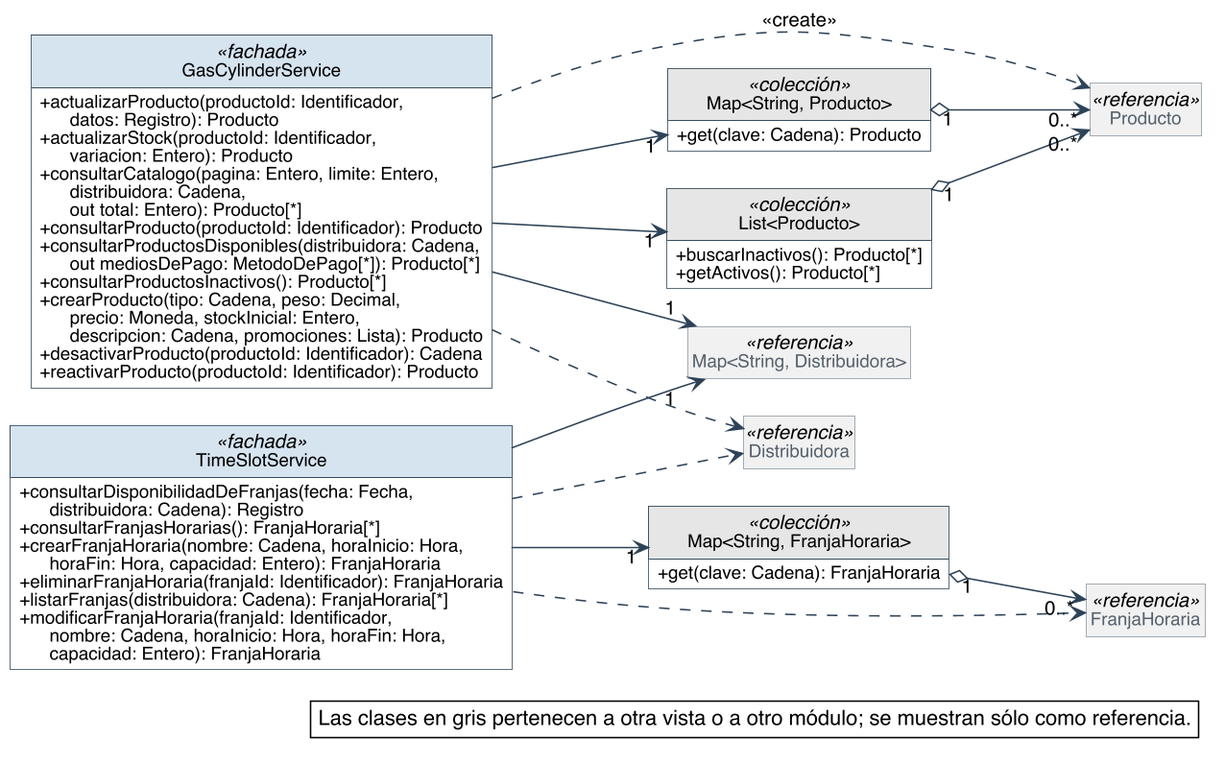
Above: diagramas/clases-diseno/DC_Mod_Productos-y-franjas.png in Nahuelito-Dev/splg-docs (PlantUML), before the change. Its diagram source:
```plantuml
@startuml
skinparam backgroundColor #FFFFFF
skinparam shadowing false
skinparam defaultFontName Helvetica
skinparam defaultFontSize 13
skinparam dpi 150
skinparam nodesep 40
skinparam ranksep 55
skinparam classAttributeIconSize 0
skinparam roundCorner 0
skinparam genericDisplay old
skinparam class {
  BorderColor #2C4257
  BackgroundColor #FFFFFF
  ArrowColor #2C4257
  FontSize 14
  AttributeFontSize 12
  HeaderBackgroundColor #E8EEF3
}
skinparam class<<referencia>> {
  BackgroundColor #F1F1F1
  BorderColor #8A97A3
  FontColor #55616C
}
skinparam class<<fachada>> {
  HeaderBackgroundColor #D6E4F0
}
skinparam class<<controlador>> {
  HeaderBackgroundColor #D6E4F0
}
skinparam class<<fabricación pura>> {
  HeaderBackgroundColor #F3E9CF
}
skinparam class<<colección>> {
  HeaderBackgroundColor #E6E6E6
}
skinparam class<<adaptador>> {
  HeaderBackgroundColor #DCEBDD
}
skinparam interface {
  BorderColor #2C4257
  BackgroundColor #FFFFFF
  HeaderBackgroundColor #DCEBDD
  FontSize 14
  AttributeFontSize 12
}
skinparam note {
  BackgroundColor #FFFFFF
  BorderColor #2C4257
}
skinparam packageStyle rectangle
skinparam package {
  BorderColor #8A97A3
  FontSize 13
  FontColor #55616C
}
hide circle
hide empty members

left to right direction
skinparam nodesep 25
skinparam ranksep 90
class GasCylinderService <<fachada>> {
  + actualizarProducto(productoId: Identificador,\n      datos: Registro): Producto
  + actualizarStock(productoId: Identificador,\n      variacion: Entero): Producto
  + consultarCatalogo(pagina: Entero, limite: Entero,\n      distribuidora: Cadena,\n      out total: Entero): Producto[*]
  + consultarProducto(productoId: Identificador): Producto
  + consultarProductosDisponibles(distribuidora: Cadena,\n      out mediosDePago: MetodoDePago[*]): Producto[*]
  + consultarProductosInactivos(): Producto[*]
  + crearProducto(tipo: Cadena, peso: Decimal,\n      precio: Moneda, stockInicial: Entero,\n      descripcion: Cadena, promociones: Lista): Producto
  + desactivarProducto(productoId: Identificador): Cadena
  + reactivarProducto(productoId: Identificador): Producto
}
class "Map<String, Producto>" as Map_String_Producto <<colección>> {
  + get(clave: Cadena): Producto
}
class "List<Producto>" as List_Producto <<colección>> {
  + buscarInactivos(): Producto[*]
  + getActivos(): Producto[*]
}
class TimeSlotService <<fachada>> {
  + consultarDisponibilidadDeFranjas(fecha: Fecha,\n      distribuidora: Cadena): Registro
  + consultarFranjasHorarias(): FranjaHoraria[*]
  + crearFranjaHoraria(nombre: Cadena, horaInicio: Hora,\n      horaFin: Hora, capacidad: Entero): FranjaHoraria
  + eliminarFranjaHoraria(franjaId: Identificador): FranjaHoraria
  + listarFranjas(distribuidora: Cadena): FranjaHoraria[*]
  + modificarFranjaHoraria(franjaId: Identificador,\n      nombre: Cadena, horaInicio: Hora, horaFin: Hora,\n      capacidad: Entero): FranjaHoraria
}
class "Map<String, FranjaHoraria>" as Map_String_FranjaHoraria <<colección>> {
  + get(clave: Cadena): FranjaHoraria
}
class Producto <<referencia>>
class FranjaHoraria <<referencia>>
class "Map<String, Distribuidora>" as Map_String_Distribuidora <<referencia>>
class Distribuidora <<referencia>>

Map_String_Producto "1" o--> "0..*" Producto
List_Producto "1" o--> "0..*" Producto
Map_String_FranjaHoraria "1" o--> "0..*" FranjaHoraria
GasCylinderService --> "1" List_Producto
GasCylinderService --> "1" Map_String_Distribuidora
GasCylinderService --> "1" Map_String_Producto
TimeSlotService --> "1" Map_String_Distribuidora
TimeSlotService --> "1" Map_String_FranjaHoraria
GasCylinderService ..> Distribuidora
GasCylinderService ..> Producto : <<create>>
TimeSlotService ..> Distribuidora
TimeSlotService ..> FranjaHoraria

legend bottom right
  Las clases en gris pertenecen a otra vista o a otro módulo; se muestran sólo como referencia.
endlegend
@enduml
```
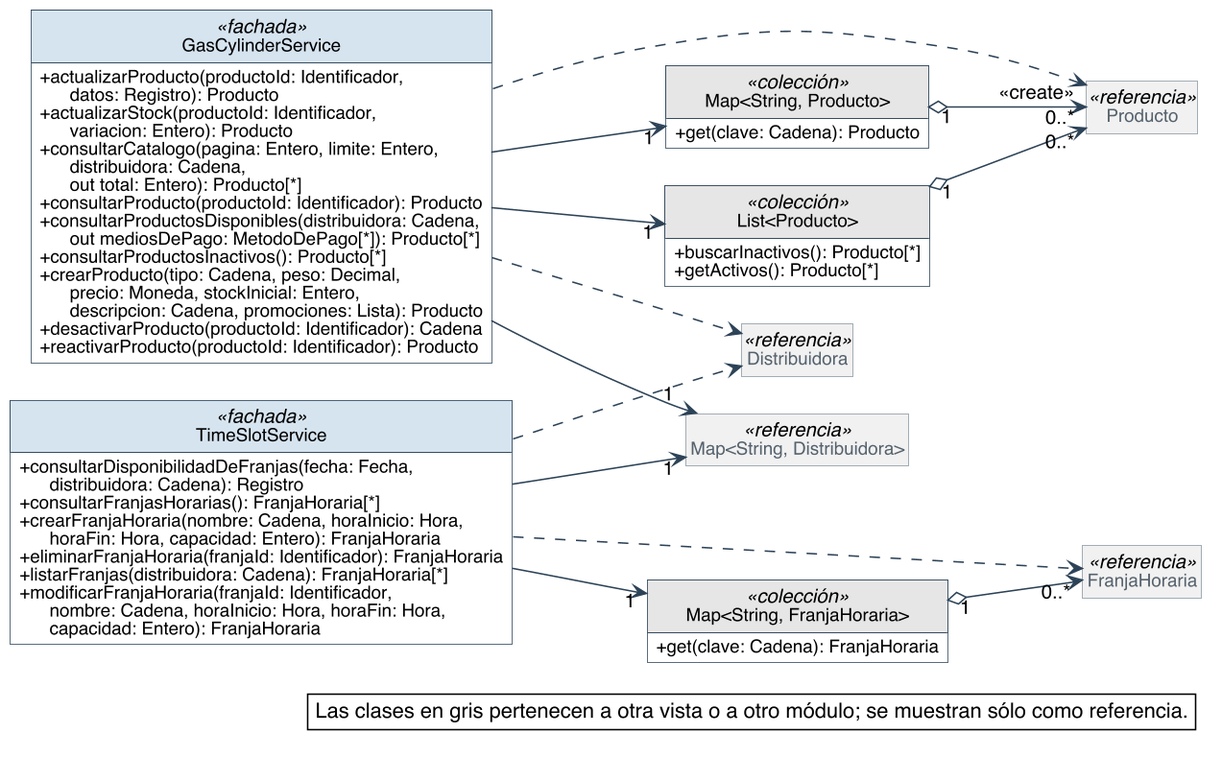
The same file after the commit.

The edit, as a diff of the source:
```diff
@@ -95,15 +95,15 @@
 class Distribuidora <<referencia>>
 
 Map_String_Producto "1" o--> "0..*" Producto
+Map_String_FranjaHoraria "1" o--> "0..*" FranjaHoraria
 List_Producto "1" o--> "0..*" Producto
-Map_String_FranjaHoraria "1" o--> "0..*" FranjaHoraria
 GasCylinderService --> "1" List_Producto
 GasCylinderService --> "1" Map_String_Distribuidora
 GasCylinderService --> "1" Map_String_Producto
 TimeSlotService --> "1" Map_String_Distribuidora
 TimeSlotService --> "1" Map_String_FranjaHoraria
 GasCylinderService ..> Distribuidora
-GasCylinderService ..> Producto : <<create>>
+GasCylinderService ..> "<<create>>" Producto
 TimeSlotService ..> Distribuidora
 TimeSlotService ..> FranjaHoraria
 
```
